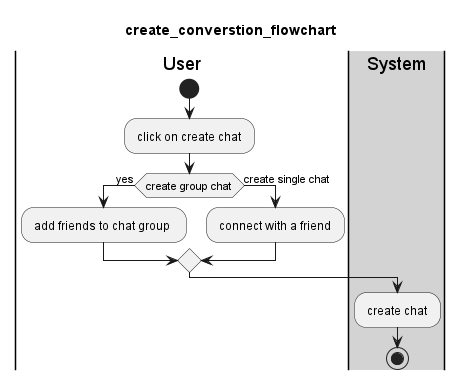
Before: out/Diagram/flowchart/communication/create_converstion_flowchart/create_converstion_flowchart.png, a diagram exported from PlantUML (KTPx4/Social_Media). Its diagram source:
```plantuml
@startuml
title create_converstion_flowchart
|User|
start
: click on create chat ;
if(create group chat) then(yes)
: add friends to chat group  ;
else(create single chat)
: connect with a friend ;
endif
|#lightgray|System|
: create chat ;
stop
@enduml
```
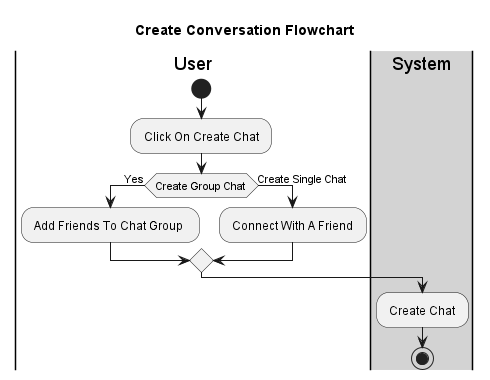
After the commit.

What changed in the source:
```diff
@@ -1,14 +1,14 @@
 @startuml
-title create_converstion_flowchart
+title Create Conversation Flowchart
 |User|
 start
-: click on create chat ;
-if(create group chat) then(yes)
-: add friends to chat group  ;
-else(create single chat)
-: connect with a friend ;
+: Click On Create Chat ;
+if(Create Group Chat) then(Yes)
+: Add Friends To Chat Group  ;
+else(Create Single Chat)
+: Connect With A Friend ;
 endif
 |#lightgray|System|
-: create chat ;
+: Create Chat ;
 stop
 @enduml
```
